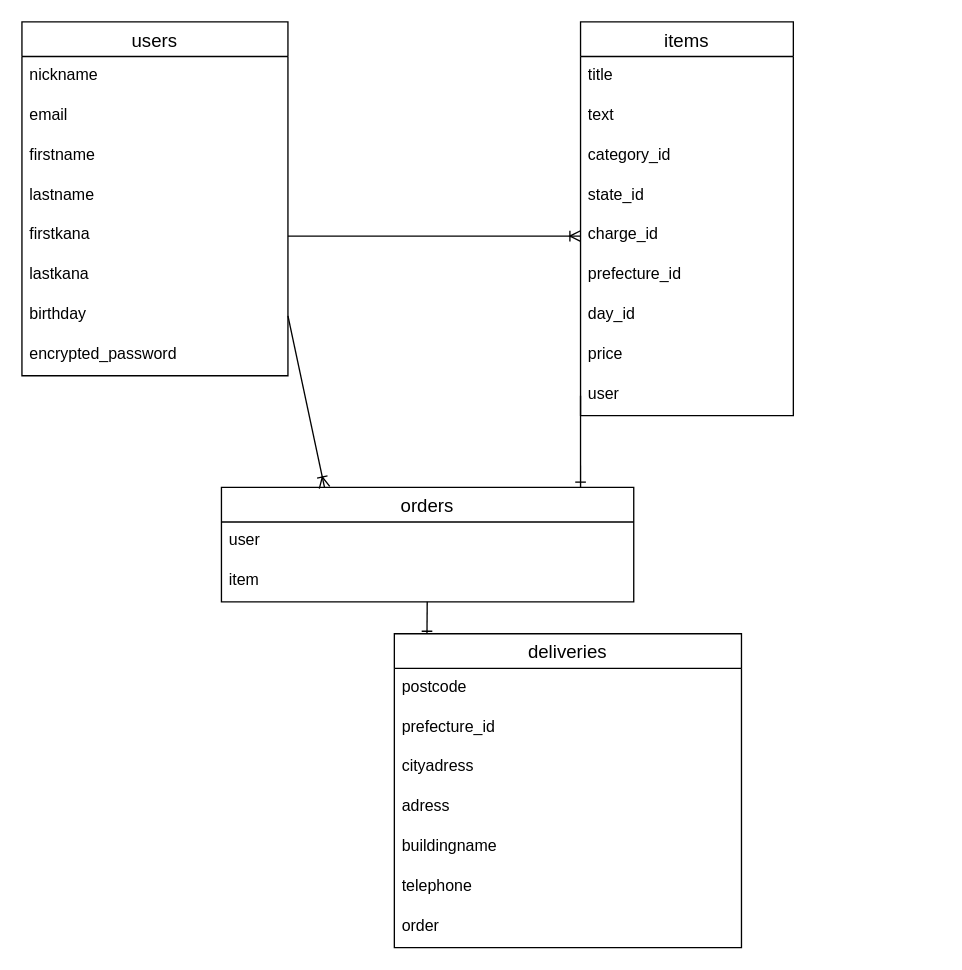
The draw.io diagram ER.dio in ayako913/furima-38843, before the edit. Source tidied: cells renumbered, new cells numbered last; positions are measured from the earlier drawing's top-left corner, leaving out a move shared by most shapes. Both pictures are drawn from the tidied source at 133%, with x=0, y=0 at pixel (21, 21).
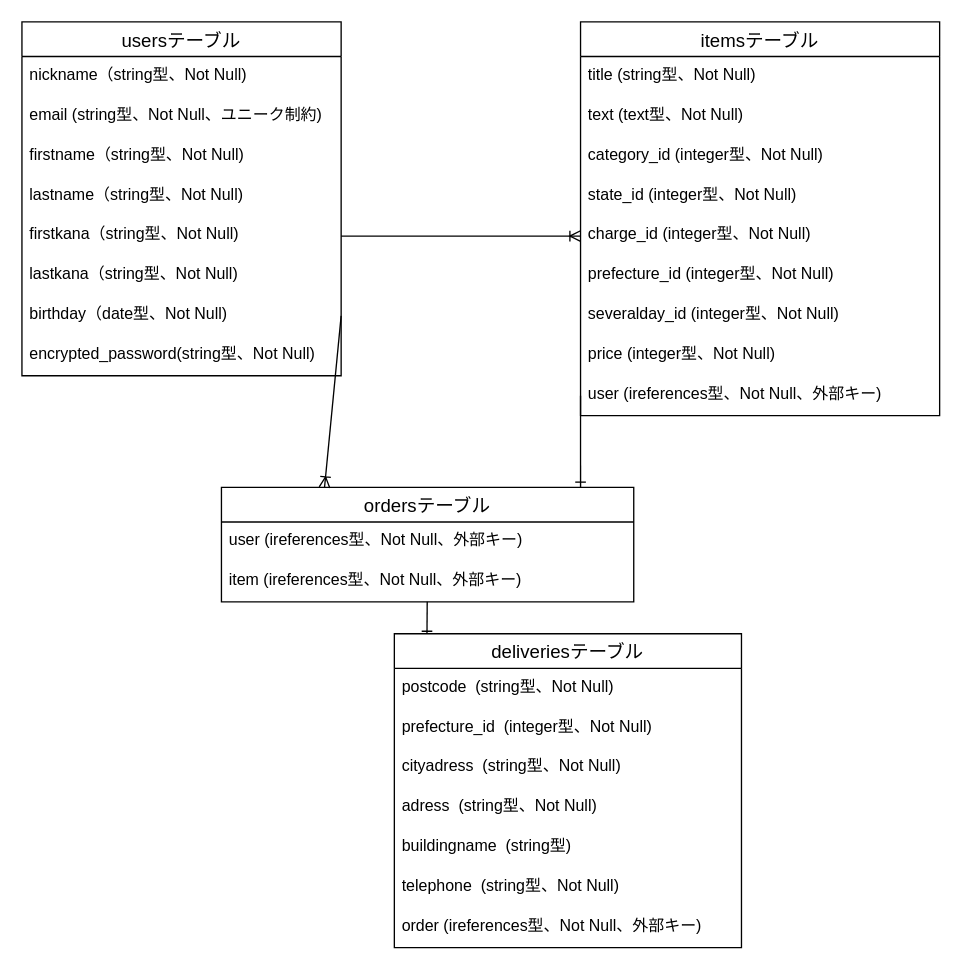
Above is the later version.

Commit message (it also covers changes not shown here):
データベース設計の修正

The edit, as a diff of the source:
```diff
@@
-    <mxCell id="2" value="users" style="swimlane;fontStyle=0;horizontal=1;startSize=26;align=center;fontSize=14;" parent="1" vertex="1">
-      <mxGeometry width="200" height="266" as="geometry" />
+    <mxCell id="2" value="usersテーブル" style="swimlane;fontStyle=0;horizontal=1;startSize=26;align=center;fontSize=14;" parent="1" vertex="1">
+      <mxGeometry width="240" height="266" as="geometry" />
     </mxCell>
-    <mxCell id="3" value="nickname&#10;" style="text;strokeColor=none;fillColor=none;spacingLeft=4;spacingRight=4;overflow=hidden;fontSize=12;" parent="2" vertex="1">
-      <mxGeometry y="26" width="200" height="30" as="geometry" />
+    <mxCell id="3" value="nickname（string型、Not Null)" style="text;strokeColor=none;fillColor=none;spacingLeft=4;spacingRight=4;overflow=hidden;fontSize=12;" parent="2" vertex="1">
+      <mxGeometry y="26" width="240" height="30" as="geometry" />
     </mxCell>
-    <mxCell id="4" value="email" style="text;strokeColor=none;fillColor=none;spacingLeft=4;spacingRight=4;overflow=hidden;fontSize=12;" parent="2" vertex="1">
-      <mxGeometry y="56" width="200" height="30" as="geometry" />
+    <mxCell id="4" value="email (string型、Not Null、ユニーク制約)" style="text;strokeColor=none;fillColor=none;spacingLeft=4;spacingRight=4;overflow=hidden;fontSize=12;" parent="2" vertex="1">
+      <mxGeometry y="56" width="240" height="30" as="geometry" />
     </mxCell>
-    <mxCell id="5" value="firstname" style="text;strokeColor=none;fillColor=none;spacingLeft=4;spacingRight=4;overflow=hidden;fontSize=12;" parent="2" vertex="1">
-      <mxGeometry y="86" width="200" height="30" as="geometry" />
+    <mxCell id="5" value="firstname（string型、Not Null)" style="text;strokeColor=none;fillColor=none;spacingLeft=4;spacingRight=4;overflow=hidden;fontSize=12;" parent="2" vertex="1">
+      <mxGeometry y="86" width="240" height="30" as="geometry" />
     </mxCell>
-    <mxCell id="6" value="lastname" style="text;strokeColor=none;fillColor=none;spacingLeft=4;spacingRight=4;overflow=hidden;fontSize=12;" parent="2" vertex="1">
-      <mxGeometry y="116" width="200" height="30" as="geometry" />
+    <mxCell id="6" value="lastname（string型、Not Null)" style="text;strokeColor=none;fillColor=none;spacingLeft=4;spacingRight=4;overflow=hidden;fontSize=12;" parent="2" vertex="1">
+      <mxGeometry y="116" width="240" height="30" as="geometry" />
     </mxCell>
-    <mxCell id="7" value="firstkana" style="text;strokeColor=none;fillColor=none;spacingLeft=4;spacingRight=4;overflow=hidden;points=[[0,0.5],[1,0.5]];portConstraint=eastwest;fontSize=12;" parent="2" vertex="1">
-      <mxGeometry y="146" width="200" height="30" as="geometry" />
+    <mxCell id="7" value="firstkana（string型、Not Null)" style="text;strokeColor=none;fillColor=none;spacingLeft=4;spacingRight=4;overflow=hidden;points=[[0,0.5],[1,0.5]];portConstraint=eastwest;fontSize=12;" parent="2" vertex="1">
+      <mxGeometry y="146" width="240" height="30" as="geometry" />
     </mxCell>
-    <mxCell id="8" value="lastkana" style="text;strokeColor=none;fillColor=none;spacingLeft=4;spacingRight=4;overflow=hidden;fontSize=12;" parent="2" vertex="1">
-      <mxGeometry y="176" width="200" height="30" as="geometry" />
+    <mxCell id="8" value="lastkana（string型、Not Null)" style="text;strokeColor=none;fillColor=none;spacingLeft=4;spacingRight=4;overflow=hidden;fontSize=12;" parent="2" vertex="1">
+      <mxGeometry y="176" width="240" height="30" as="geometry" />
     </mxCell>
-    <mxCell id="9" value="birthday" style="text;strokeColor=none;fillColor=none;spacingLeft=4;spacingRight=4;overflow=hidden;points=[[0,0.5],[1,0.5]];portConstraint=eastwest;fontSize=12;" parent="2" vertex="1">
-      <mxGeometry y="206" width="200" height="30" as="geometry" />
+    <mxCell id="9" value="birthday（date型、Not Null)" style="text;strokeColor=none;fillColor=none;spacingLeft=4;spacingRight=4;overflow=hidden;points=[[0,0.5],[1,0.5]];portConstraint=eastwest;fontSize=12;" parent="2" vertex="1">
+      <mxGeometry y="206" width="240" height="30" as="geometry" />
     </mxCell>
-    <mxCell id="10" value="encrypted_password" style="text;strokeColor=none;fillColor=none;spacingLeft=4;spacingRight=4;overflow=hidden;fontSize=12;" parent="2" vertex="1">
-      <mxGeometry y="236" width="200" height="30" as="geometry" />
+    <mxCell id="10" value="encrypted_password(string型、Not Null)" style="text;strokeColor=none;fillColor=none;spacingLeft=4;spacingRight=4;overflow=hidden;fontSize=12;" parent="2" vertex="1">
+      <mxGeometry y="236" width="240" height="30" as="geometry" />
     </mxCell>
-    <mxCell id="11" value="items" style="swimlane;fontStyle=0;horizontal=1;startSize=26;align=center;fontSize=14;" parent="1" vertex="1">
-      <mxGeometry x="420" width="160" height="296" as="geometry" />
+    <mxCell id="11" value="itemsテーブル" style="swimlane;fontStyle=0;horizontal=1;startSize=26;align=center;fontSize=14;" parent="1" vertex="1">
+      <mxGeometry x="420" width="270" height="296" as="geometry" />
     </mxCell>
-    <mxCell id="12" value="title" style="text;strokeColor=none;fillColor=none;spacingLeft=4;spacingRight=4;overflow=hidden;fontSize=12;" parent="11" vertex="1">
-      <mxGeometry y="26" width="160" height="30" as="geometry" />
+    <mxCell id="12" value="title (string型、Not Null)" style="text;strokeColor=none;fillColor=none;spacingLeft=4;spacingRight=4;overflow=hidden;fontSize=12;" parent="11" vertex="1">
+      <mxGeometry y="26" width="270" height="30" as="geometry" />
     </mxCell>
-    <mxCell id="13" value="text" style="text;strokeColor=none;fillColor=none;spacingLeft=4;spacingRight=4;overflow=hidden;fontSize=12;" parent="11" vertex="1">
-      <mxGeometry y="56" width="160" height="30" as="geometry" />
+    <mxCell id="13" value="text (text型、Not Null)" style="text;strokeColor=none;fillColor=none;spacingLeft=4;spacingRight=4;overflow=hidden;fontSize=12;" parent="11" vertex="1">
+      <mxGeometry y="56" width="270" height="30" as="geometry" />
     </mxCell>
-    <mxCell id="14" value="category_id" style="text;strokeColor=none;fillColor=none;spacingLeft=4;spacingRight=4;overflow=hidden;fontSize=12;" parent="11" vertex="1">
-      <mxGeometry y="86" width="160" height="30" as="geometry" />
+    <mxCell id="14" value="category_id (integer型、Not Null)" style="text;strokeColor=none;fillColor=none;spacingLeft=4;spacingRight=4;overflow=hidden;fontSize=12;" parent="11" vertex="1">
+      <mxGeometry y="86" width="270" height="30" as="geometry" />
     </mxCell>
-    <mxCell id="15" value="state_id" style="text;strokeColor=none;fillColor=none;spacingLeft=4;spacingRight=4;overflow=hidden;fontSize=12;" parent="11" vertex="1">
-      <mxGeometry y="116" width="160" height="30" as="geometry" />
+    <mxCell id="15" value="state_id (integer型、Not Null)" style="text;strokeColor=none;fillColor=none;spacingLeft=4;spacingRight=4;overflow=hidden;fontSize=12;" parent="11" vertex="1">
+      <mxGeometry y="116" width="270" height="30" as="geometry" />
     </mxCell>
-    <mxCell id="16" value="charge_id" style="text;strokeColor=none;fillColor=none;spacingLeft=4;spacingRight=4;overflow=hidden;points=[[0,0.5],[1,0.5]];portConstraint=eastwest;fontSize=12;" parent="11" vertex="1">
-      <mxGeometry y="146" width="160" height="30" as="geometry" />
+    <mxCell id="16" value="charge_id (integer型、Not Null)" style="text;strokeColor=none;fillColor=none;spacingLeft=4;spacingRight=4;overflow=hidden;points=[[0,0.5],[1,0.5]];portConstraint=eastwest;fontSize=12;" parent="11" vertex="1">
+      <mxGeometry y="146" width="270" height="30" as="geometry" />
     </mxCell>
-    <mxCell id="17" value="prefecture_id" style="text;strokeColor=none;fillColor=none;spacingLeft=4;spacingRight=4;overflow=hidden;fontSize=12;" parent="11" vertex="1">
-      <mxGeometry y="176" width="160" height="30" as="geometry" />
+    <mxCell id="17" value="prefecture_id (integer型、Not Null)" style="text;strokeColor=none;fillColor=none;spacingLeft=4;spacingRight=4;overflow=hidden;fontSize=12;" parent="11" vertex="1">
+      <mxGeometry y="176" width="270" height="30" as="geometry" />
     </mxCell>
-    <mxCell id="18" value="day_id" style="text;strokeColor=none;fillColor=none;spacingLeft=4;spacingRight=4;overflow=hidden;fontSize=12;" parent="11" vertex="1">
-      <mxGeometry y="206" width="160" height="30" as="geometry" />
+    <mxCell id="18" value="severalday_id (integer型、Not Null)" style="text;strokeColor=none;fillColor=none;spacingLeft=4;spacingRight=4;overflow=hidden;fontSize=12;" parent="11" vertex="1">
+      <mxGeometry y="206" width="270" height="30" as="geometry" />
     </mxCell>
-    <mxCell id="19" value="price" style="text;strokeColor=none;fillColor=none;spacingLeft=4;spacingRight=4;overflow=hidden;fontSize=12;" parent="11" vertex="1">
-      <mxGeometry y="236" width="160" height="30" as="geometry" />
+    <mxCell id="19" value="price (integer型、Not Null)" style="text;strokeColor=none;fillColor=none;spacingLeft=4;spacingRight=4;overflow=hidden;fontSize=12;" parent="11" vertex="1">
+      <mxGeometry y="236" width="270" height="30" as="geometry" />
     </mxCell>
-    <mxCell id="20" value="user" style="text;strokeColor=none;fillColor=none;spacingLeft=4;spacingRight=4;overflow=hidden;points=[[0,0.5],[1,0.5]];portConstraint=eastwest;fontSize=12;" parent="11" vertex="1">
-      <mxGeometry y="266" width="160" height="30" as="geometry" />
+    <mxCell id="20" value="user (ireferences型、Not Null、外部キー)" style="text;strokeColor=none;fillColor=none;spacingLeft=4;spacingRight=4;overflow=hidden;points=[[0,0.5],[1,0.5]];portConstraint=eastwest;fontSize=12;" parent="11" vertex="1">
+      <mxGeometry y="266" width="270" height="30" as="geometry" />
     </mxCell>
@@
-    <mxCell id="23" value="orders" style="swimlane;fontStyle=0;horizontal=1;startSize=26;align=center;fontSize=14;" parent="1" vertex="1">
+    <mxCell id="23" value="ordersテーブル" style="swimlane;fontStyle=0;horizontal=1;startSize=26;align=center;fontSize=14;" parent="1" vertex="1">
       <mxGeometry x="150" y="350" width="310" height="86" as="geometry" />
     </mxCell>
-    <mxCell id="24" value="user" style="text;strokeColor=none;fillColor=none;spacingLeft=4;spacingRight=4;overflow=hidden;fontSize=12;" parent="23" vertex="1">
+    <mxCell id="24" value="user (ireferences型、Not Null、外部キー)" style="text;strokeColor=none;fillColor=none;spacingLeft=4;spacingRight=4;overflow=hidden;fontSize=12;" parent="23" vertex="1">
       <mxGeometry y="26" width="310" height="30" as="geometry" />
     </mxCell>
-    <mxCell id="25" value="item" style="text;strokeColor=none;fillColor=none;spacingLeft=4;spacingRight=4;overflow=hidden;fontSize=12;" parent="23" vertex="1">
+    <mxCell id="25" value="item (ireferences型、Not Null、外部キー)" style="text;strokeColor=none;fillColor=none;spacingLeft=4;spacingRight=4;overflow=hidden;fontSize=12;" parent="23" vertex="1">
       <mxGeometry y="56" width="310" height="30" as="geometry" />
     </mxCell>
@@
-    <mxCell id="27" value="deliveries" style="swimlane;fontStyle=0;horizontal=1;startSize=26;align=center;fontSize=14;strokeColor=default;" parent="1" vertex="1">
+    <mxCell id="27" value="deliveriesテーブル" style="swimlane;fontStyle=0;horizontal=1;startSize=26;align=center;fontSize=14;strokeColor=default;" parent="1" vertex="1">
       <mxGeometry x="280" y="460" width="261" height="236" as="geometry" />
     </mxCell>
-    <mxCell id="28" value="postcode" style="text;strokeColor=none;fillColor=none;spacingLeft=4;spacingRight=4;overflow=hidden;fontSize=12;" parent="27" vertex="1">
+    <mxCell id="28" value="postcode  (string型、Not Null)" style="text;strokeColor=none;fillColor=none;spacingLeft=4;spacingRight=4;overflow=hidden;fontSize=12;" parent="27" vertex="1">
       <mxGeometry y="26" width="261" height="30" as="geometry" />
     </mxCell>
-    <mxCell id="29" value="prefecture_id" style="text;strokeColor=none;fillColor=none;spacingLeft=4;spacingRight=4;overflow=hidden;fontSize=12;" parent="27" vertex="1">
+    <mxCell id="29" value="prefecture_id  (integer型、Not Null)" style="text;strokeColor=none;fillColor=none;spacingLeft=4;spacingRight=4;overflow=hidden;fontSize=12;" parent="27" vertex="1">
       <mxGeometry y="56" width="261" height="30" as="geometry" />
     </mxCell>
-    <mxCell id="30" value="cityadress" style="text;strokeColor=none;fillColor=none;spacingLeft=4;spacingRight=4;overflow=hidden;fontSize=12;" parent="27" vertex="1">
+    <mxCell id="30" value="cityadress  (string型、Not Null)" style="text;strokeColor=none;fillColor=none;spacingLeft=4;spacingRight=4;overflow=hidden;fontSize=12;" parent="27" vertex="1">
       <mxGeometry y="86" width="261" height="30" as="geometry" />
     </mxCell>
-    <mxCell id="31" value="adress" style="text;strokeColor=none;fillColor=none;spacingLeft=4;spacingRight=4;overflow=hidden;fontSize=12;" parent="27" vertex="1">
+    <mxCell id="31" value="adress  (string型、Not Null)" style="text;strokeColor=none;fillColor=none;spacingLeft=4;spacingRight=4;overflow=hidden;fontSize=12;" parent="27" vertex="1">
       <mxGeometry y="116" width="261" height="30" as="geometry" />
     </mxCell>
-    <mxCell id="32" value="buildingname" style="text;strokeColor=none;fillColor=none;spacingLeft=4;spacingRight=4;overflow=hidden;fontSize=12;" parent="27" vertex="1">
+    <mxCell id="32" value="buildingname  (string型)" style="text;strokeColor=none;fillColor=none;spacingLeft=4;spacingRight=4;overflow=hidden;fontSize=12;" parent="27" vertex="1">
       <mxGeometry y="146" width="261" height="30" as="geometry" />
     </mxCell>
-    <mxCell id="33" value="telephone" style="text;strokeColor=none;fillColor=none;spacingLeft=4;spacingRight=4;overflow=hidden;fontSize=12;" parent="27" vertex="1">
+    <mxCell id="33" value="telephone  (string型、Not Null)" style="text;strokeColor=none;fillColor=none;spacingLeft=4;spacingRight=4;overflow=hidden;fontSize=12;" parent="27" vertex="1">
       <mxGeometry y="176" width="261" height="30" as="geometry" />
     </mxCell>
-    <mxCell id="34" value="order" style="text;strokeColor=none;fillColor=none;spacingLeft=4;spacingRight=4;overflow=hidden;fontSize=12;" parent="27" vertex="1">
+    <mxCell id="34" value="order (ireferences型、Not Null、外部キー)" style="text;strokeColor=none;fillColor=none;spacingLeft=4;spacingRight=4;overflow=hidden;fontSize=12;" parent="27" vertex="1">
       <mxGeometry y="206" width="261" height="30" as="geometry" />
     </mxCell>
```
